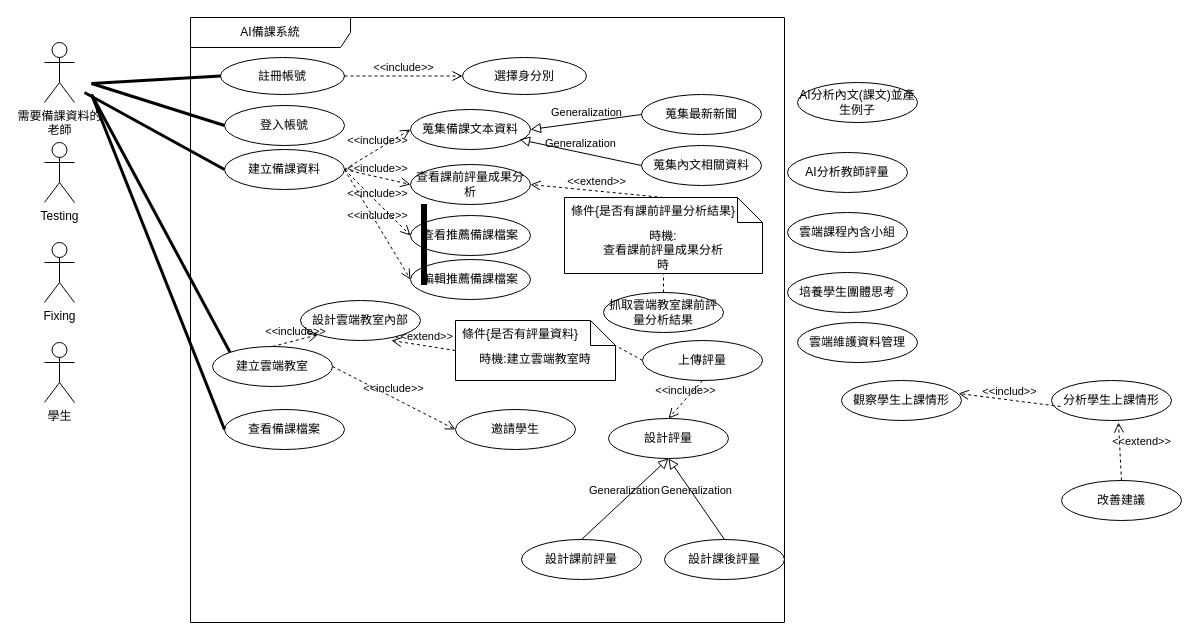
Kevincheng0804/System-analysis keeps this draw.io diagram as page "第 1 页" (1 of 2) of 顧客關係圖.drawio. Above is the earlier version. Source tidied: cells renumbered, new cells numbered last; positions are measured from the earlier drawing's top-left corner, leaving out a move shared by most shapes. Both pictures are drawn from the tidied source at 100%, with x=0, y=0 at pixel (44, 17).
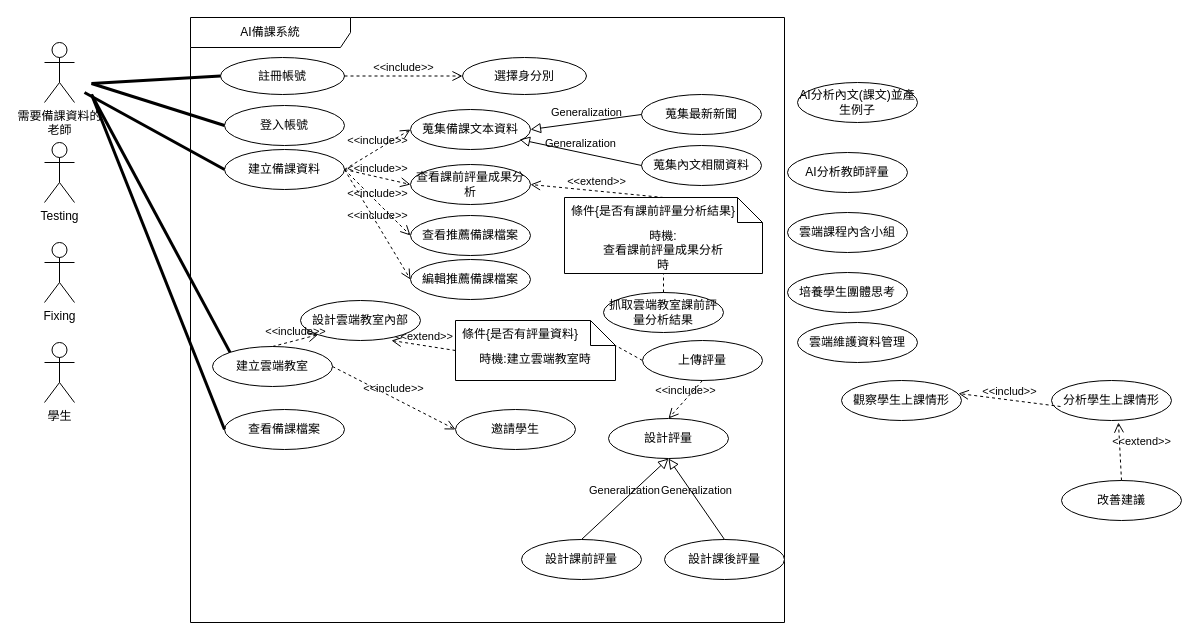
The same diagram, later.

Change to the diagram source:
```diff
@@
-    <mxCell id="65" style="html=1;perimeter=orthogonalPerimeter;fillColor=strokeColor;" parent="1" vertex="1">
-      <mxGeometry x="377" y="187" width="5" height="80" as="geometry" />
-    </mxCell>
```
